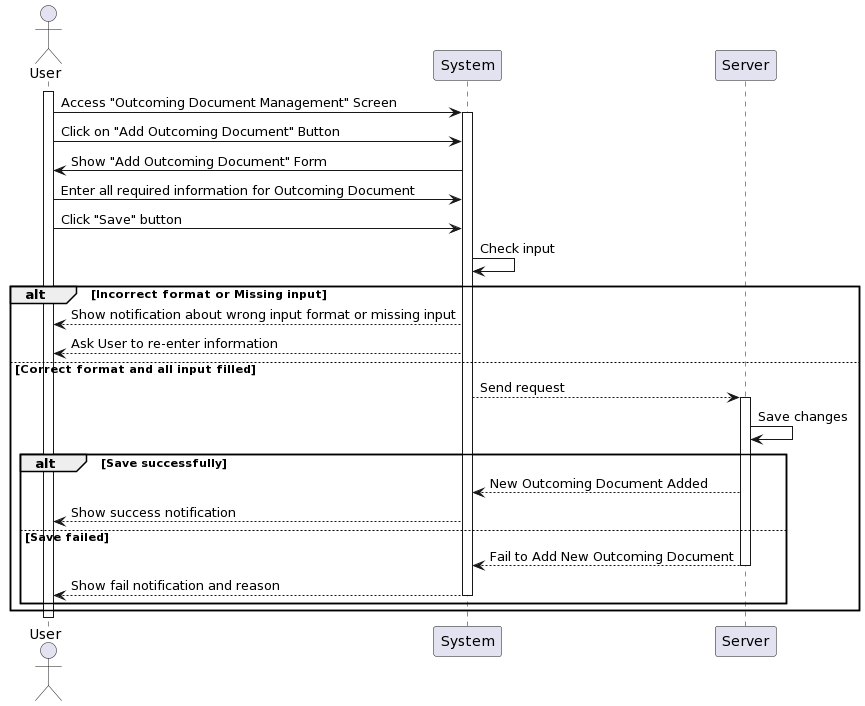
khoapham1003/SE357-Pratice-class keeps this PlantUML diagram as Lab1/Lab1.2/SequenceDiagram/OutcomingDocument/AddOutcomingDocument/AddOutcomingDocument_SequenceDiagram.png. Above is the earlier version. Source of this version:
```plantuml
@startuml
actor User as User
participant System
participant Server

activate User
User -> System: Access "Outcoming Document Management" Screen
activate System
User -> System: Click on "Add Outcoming Document" Button
System -> User: Show "Add Outcoming Document" Form
User -> System: Enter all required information for Outcoming Document
User -> System: Click "Save" button
System -> System: Check input
alt Incorrect format or Missing input
    System --> User: Show notification about wrong input format or missing input
    System --> User: Ask User to re-enter information
else Correct format and all input filled
    System --> Server: Send request
activate Server
    Server -> Server: Save changes
    alt Save successfully
        Server --> System: New Outcoming Document Added
        System --> User: Show success notification
    else Save failed
        Server --> System:Fail to Add New Outcoming Document
deactivate Server
        System --> User: Show fail notification and reason
deactivate System
    end
end
deactivate User
@enduml
```
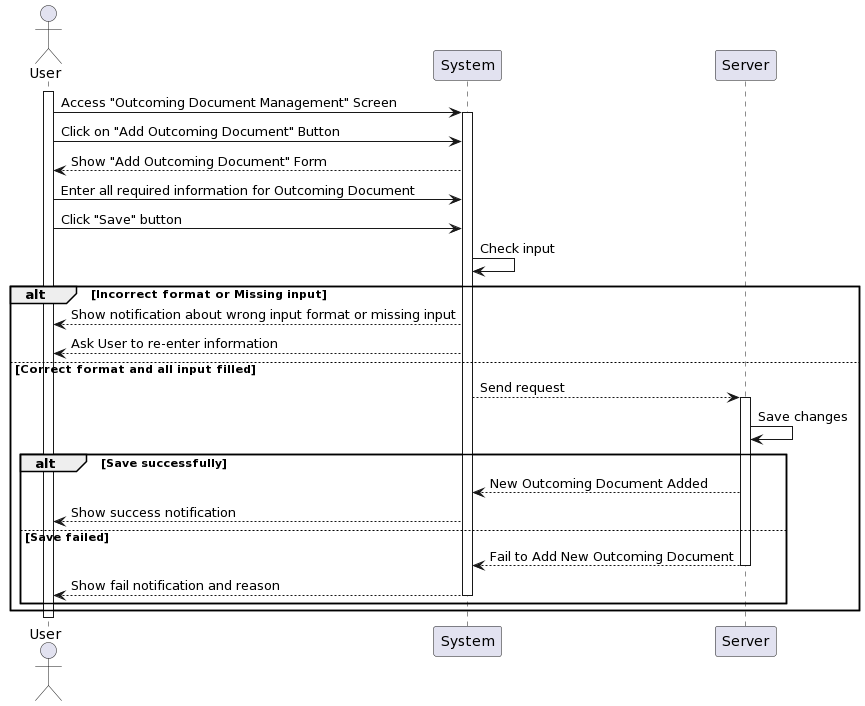
The same diagram one commit later.

Diff of the diagram source:
```diff
@@ -7,7 +7,7 @@
 User -> System: Access "Outcoming Document Management" Screen
 activate System
 User -> System: Click on "Add Outcoming Document" Button
-System -> User: Show "Add Outcoming Document" Form
+System --> User: Show "Add Outcoming Document" Form
 User -> System: Enter all required information for Outcoming Document
 User -> System: Click "Save" button
 System -> System: Check input
```
